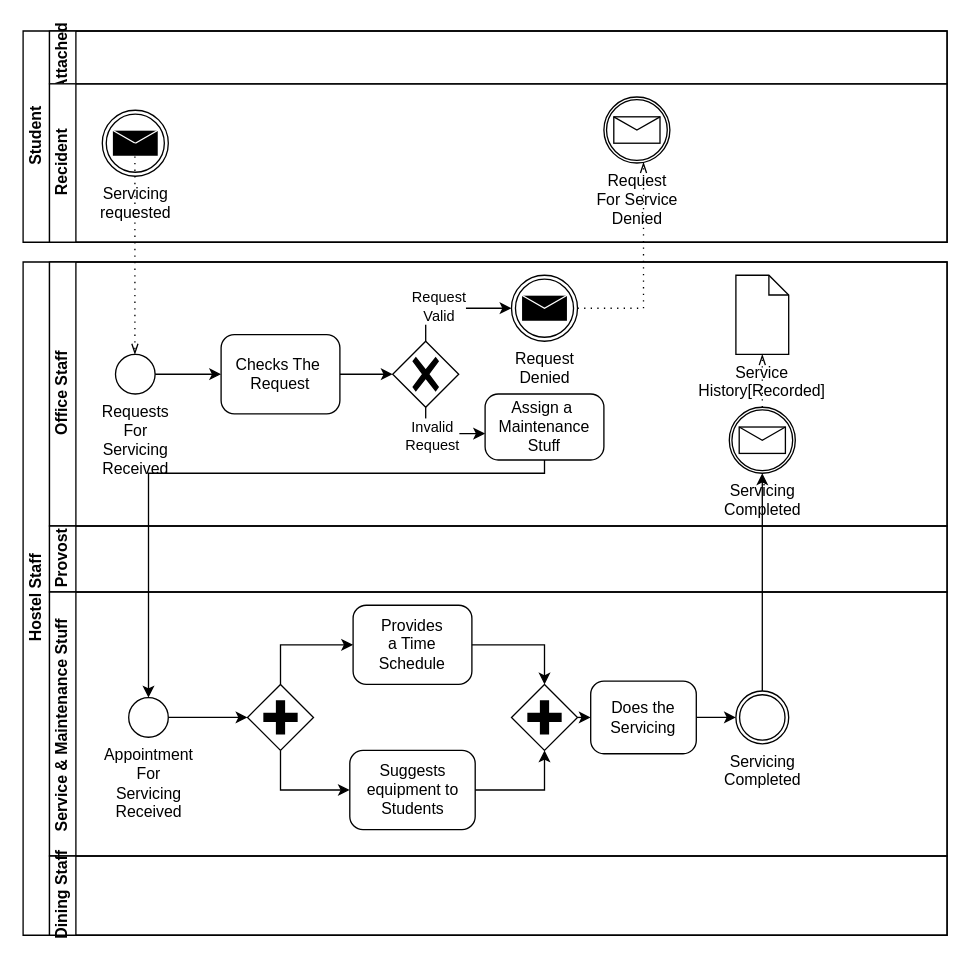
Above: page "Page-1" (1 of 6) of BPMN/BPMN_B1_4.drawio in Noman1705088/CSE-326 (draw.io), before the change. Source tidied: cells renumbered, new cells numbered last; positions are measured from the earlier drawing's top-left corner, leaving out a move shared by most shapes. Both pictures are drawn from the tidied source at 132%, with x=0, y=0 at pixel (22, 30).
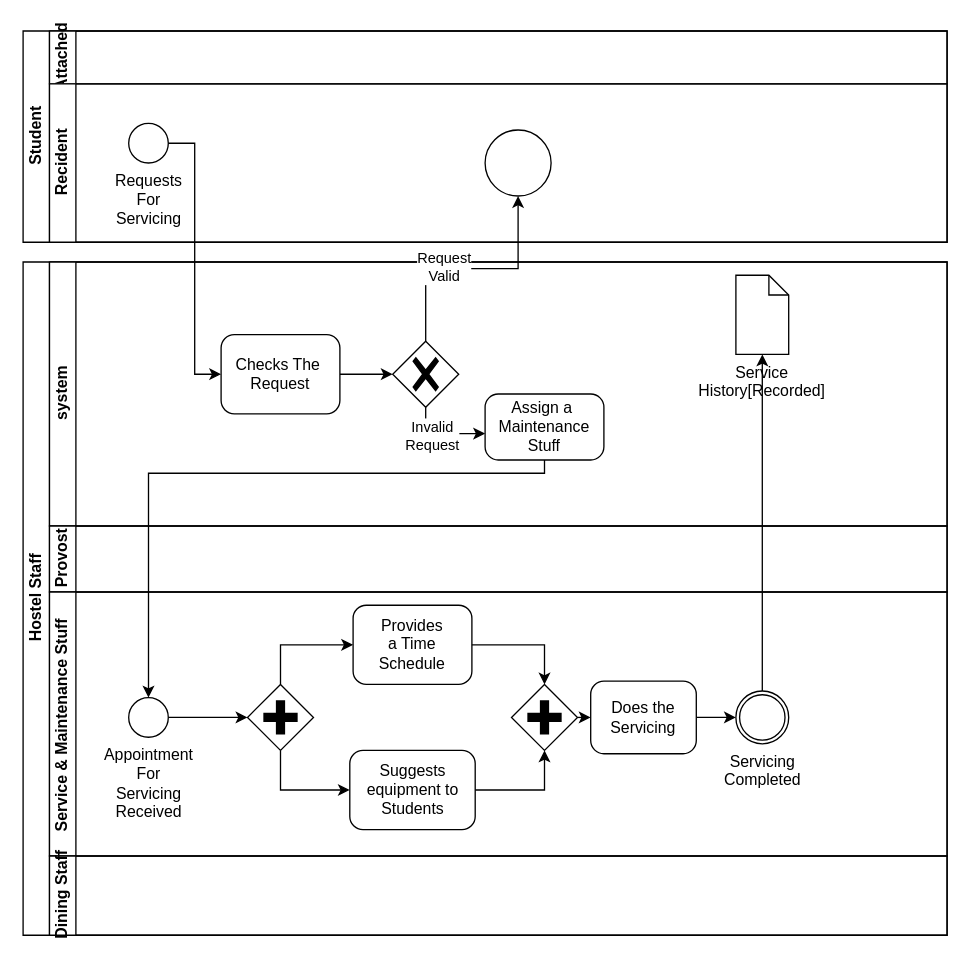
The same page after the edit.

The change refers to these unchanged cells:
```xml
<mxCell id="4" value="Recident" style="swimlane;html=1;startSize=20;horizontal=0;" parent="2" vertex="1">
  <mxGeometry x="20" y="40" width="680" height="120" as="geometry" />
</mxCell>
<mxCell id="7" value="Hostel Staff" style="swimlane;html=1;horizontal=0;startSize=20;" parent="1" vertex="1">
  <mxGeometry y="175" width="700" height="510" as="geometry" />
</mxCell>
<mxCell id="13" value="Checks The &#10;Request" style="points=[[0.25,0,0],[0.5,0,0],[0.75,0,0],[1,0.25,0],[1,0.5,0],[1,0.75,0],[0.75,1,0],[0.5,1,0],[0.25,1,0],[0,0.75,0],[0,0.5,0],[0,0.25,0]];shape=mxgraph.bpmn.task;whiteSpace=wrap;rectStyle=rounded;size=10;taskMarker=abstract;" parent="8" vertex="1">
  <mxGeometry x="130" y="55" width="90" height="60" as="geometry" />
</mxCell>
<mxCell id="18" style="points=[[0.25,0.25,0],[0.5,0,0],[0.75,0.25,0],[1,0.5,0],[0.75,0.75,0],[0.5,1,0],[0.25,0.75,0],[0,0.5,0]];shape=mxgraph.bpmn.gateway2;html=1;verticalLabelPosition=bottom;labelBackgroundColor=#ffffff;verticalAlign=top;align=center;perimeter=rhombusPerimeter;outlineConnect=0;outline=none;symbol=none;gwType=exclusive;" parent="8" vertex="1">
  <mxGeometry x="260" y="60" width="50" height="50" as="geometry" />
</mxCell>
<mxCell id="22" value="Service&lt;br&gt;History[Recorded]" style="shape=mxgraph.bpmn.data;labelPosition=center;verticalLabelPosition=bottom;align=center;verticalAlign=top;whiteSpace=wrap;size=15;html=1;" parent="8" vertex="1">
  <mxGeometry x="520" y="10" width="40" height="60" as="geometry" />
</mxCell>
<mxCell id="39" value="Servicing&lt;br&gt;Completed" style="points=[[0.145,0.145,0],[0.5,0,0],[0.855,0.145,0],[1,0.5,0],[0.855,0.855,0],[0.5,1,0],[0.145,0.855,0],[0,0.5,0]];shape=mxgraph.bpmn.event;html=1;verticalLabelPosition=bottom;labelBackgroundColor=#ffffff;verticalAlign=top;align=center;perimeter=ellipsePerimeter;outlineConnect=0;outline=throwing;symbol=general;" parent="25" vertex="1">
  <mxGeometry x="520" y="75" width="40" height="40" as="geometry" />
</mxCell>
```

Diff of the diagram source:
```diff
@@
-    <mxCell id="5" value="Request&lt;br&gt;For Service&lt;br&gt;Denied" style="points=[[0.145,0.145,0],[0.5,0,0],[0.855,0.145,0],[1,0.5,0],[0.855,0.855,0],[0.5,1,0],[0.145,0.855,0],[0,0.5,0]];shape=mxgraph.bpmn.event;html=1;verticalLabelPosition=bottom;labelBackgroundColor=#ffffff;verticalAlign=top;align=center;perimeter=ellipsePerimeter;outlineConnect=0;outline=catching;symbol=message;" parent="4" vertex="1">
-      <mxGeometry x="420" y="10" width="50" height="50" as="geometry" />
-    </mxCell>
-    <mxCell id="6" value="Servicing&lt;br&gt;requested" style="shape=mxgraph.bpmn.event;html=1;verticalLabelPosition=bottom;labelBackgroundColor=#ffffff;verticalAlign=top;align=center;perimeter=ellipsePerimeter;outline=throwing;symbol=message;" parent="4" vertex="1">
-      <mxGeometry x="40" y="20" width="50" height="50" as="geometry" />
-    </mxCell>
+    <mxCell id="10" value="Requests&lt;br&gt;For&lt;br&gt;Servicing" style="points=[[0.145,0.145,0],[0.5,0,0],[0.855,0.145,0],[1,0.5,0],[0.855,0.855,0],[0.5,1,0],[0.145,0.855,0],[0,0.5,0]];shape=mxgraph.bpmn.event;html=1;verticalLabelPosition=bottom;labelBackgroundColor=#ffffff;verticalAlign=top;align=center;perimeter=ellipsePerimeter;outlineConnect=0;outline=standard;symbol=general;" parent="4" vertex="1">
+      <mxGeometry x="60" y="30" width="30" height="30" as="geometry" />
+    </mxCell>
+    <mxCell id="44" style="points=[[0.145,0.145,0],[0.5,0,0],[0.855,0.145,0],[1,0.5,0],[0.855,0.855,0],[0.5,1,0],[0.145,0.855,0],[0,0.5,0]];shape=mxgraph.bpmn.event;html=1;verticalLabelPosition=bottom;labelBackgroundColor=#ffffff;verticalAlign=top;align=center;perimeter=ellipsePerimeter;outlineConnect=0;outline=standard;symbol=general;" parent="4" vertex="1">
+      <mxGeometry x="330" y="35" width="50" height="50" as="geometry" />
+    </mxCell>
@@
-    <mxCell id="8" value="Office Staff" style="swimlane;html=1;startSize=20;horizontal=0;" parent="7" vertex="1">
+    <mxCell id="8" value="system" style="swimlane;html=1;startSize=20;horizontal=0;" parent="7" vertex="1">
       <mxGeometry x="20" width="680" height="200" as="geometry" />
     </mxCell>
-    <mxCell id="9" style="edgeStyle=orthogonalEdgeStyle;rounded=0;jettySize=auto;html=1;entryX=0;entryY=0.5;entryDx=0;entryDy=0;entryPerimeter=0;" parent="8" edge="1" source="10" target="13">
-      <mxGeometry relative="1" as="geometry" />
-    </mxCell>
-    <mxCell id="10" value="Requests&lt;br&gt;For&lt;br&gt;Servicing&lt;br&gt;Received" style="points=[[0.145,0.145,0],[0.5,0,0],[0.855,0.145,0],[1,0.5,0],[0.855,0.855,0],[0.5,1,0],[0.145,0.855,0],[0,0.5,0]];shape=mxgraph.bpmn.event;html=1;verticalLabelPosition=bottom;labelBackgroundColor=#ffffff;verticalAlign=top;align=center;perimeter=ellipsePerimeter;outlineConnect=0;outline=standard;symbol=general;" parent="8" vertex="1">
-      <mxGeometry x="50" y="70" width="30" height="30" as="geometry" />
-    </mxCell>
-    <mxCell id="11" style="edgeStyle=elbowEdgeStyle;fontSize=12;html=1;endFill=0;startFill=0;endSize=6;startSize=6;dashed=1;dashPattern=1 4;endArrow=openThin;startArrow=none;rounded=0;entryX=0.5;entryY=0;entryDx=0;entryDy=0;entryPerimeter=0;" parent="8" edge="1" target="10">
-      <mxGeometry relative="1" as="geometry">
-        <mxPoint x="64.7" y="-90" as="sourcePoint" />
-        <Array as="points">
-          <mxPoint x="64.7" y="-20" />
-        </Array>
-      </mxGeometry>
-    </mxCell>
@@
-    <mxCell id="16" style="edgeStyle=orthogonalEdgeStyle;rounded=0;jettySize=auto;html=1;exitX=0.5;exitY=0;exitDx=0;exitDy=0;exitPerimeter=0;" parent="8" edge="1" source="18" target="19">
-      <mxGeometry relative="1" as="geometry" />
-    </mxCell>
-    <mxCell id="17" value="Request&lt;br&gt;Valid" style="edgeLabel;html=1;align=center;verticalAlign=middle;" parent="16" vertex="1">
-      <mxGeometry x="-0.25" y="2" relative="1" as="geometry" />
-    </mxCell>
@@
-    <mxCell id="19" value="Request&lt;br&gt;Denied" style="points=[[0.145,0.145,0],[0.5,0,0],[0.855,0.145,0],[1,0.5,0],[0.855,0.855,0],[0.5,1,0],[0.145,0.855,0],[0,0.5,0]];shape=mxgraph.bpmn.event;html=1;verticalLabelPosition=bottom;labelBackgroundColor=#ffffff;verticalAlign=top;align=center;perimeter=ellipsePerimeter;outlineConnect=0;outline=throwing;symbol=message;" parent="8" vertex="1">
-      <mxGeometry x="350" y="10" width="50" height="50" as="geometry" />
-    </mxCell>
@@
-    <mxCell id="21" value="Servicing&lt;br&gt;Completed" style="points=[[0.145,0.145,0],[0.5,0,0],[0.855,0.145,0],[1,0.5,0],[0.855,0.855,0],[0.5,1,0],[0.145,0.855,0],[0,0.5,0]];shape=mxgraph.bpmn.event;html=1;verticalLabelPosition=bottom;labelBackgroundColor=#ffffff;verticalAlign=top;align=center;perimeter=ellipsePerimeter;outlineConnect=0;outline=catching;symbol=message;" parent="8" vertex="1">
-      <mxGeometry x="515" y="110" width="50" height="50" as="geometry" />
-    </mxCell>
@@
-    <mxCell id="23" style="edgeStyle=elbowEdgeStyle;fontSize=12;html=1;endFill=0;startFill=0;endSize=6;startSize=6;dashed=1;dashPattern=1 4;endArrow=openThin;startArrow=none;rounded=0;exitX=0.5;exitY=0;exitDx=0;exitDy=0;exitPerimeter=0;entryX=0.5;entryY=1;entryDx=0;entryDy=0;entryPerimeter=0;" parent="8" edge="1" source="21" target="22">
-      <mxGeometry relative="1" as="geometry" />
-    </mxCell>
@@
-    <mxCell id="42" style="edgeStyle=orthogonalEdgeStyle;rounded=0;jettySize=auto;html=1;exitX=0.5;exitY=0;exitDx=0;exitDy=0;exitPerimeter=0;entryX=0.5;entryY=1;entryDx=0;entryDy=0;entryPerimeter=0;" parent="7" edge="1" source="39" target="21">
+    <mxCell id="42" style="edgeStyle=orthogonalEdgeStyle;rounded=0;jettySize=auto;html=1;exitX=0.5;exitY=0;exitDx=0;exitDy=0;exitPerimeter=0;" parent="7" edge="1" source="39" target="22">
       <mxGeometry relative="1" as="geometry" />
     </mxCell>
-    <mxCell id="43" style="edgeStyle=elbowEdgeStyle;fontSize=12;html=1;endFill=0;startFill=0;endSize=6;startSize=6;dashed=1;dashPattern=1 4;endArrow=openThin;startArrow=none;rounded=0;" parent="1" edge="1" source="19" target="5">
-      <mxGeometry relative="1" as="geometry">
-        <Array as="points">
-          <mxPoint x="470" y="180" />
-          <mxPoint x="470" y="170" />
-          <mxPoint x="470" y="210" />
-        </Array>
-      </mxGeometry>
-    </mxCell>
+    <mxCell id="9" style="edgeStyle=orthogonalEdgeStyle;rounded=0;jettySize=auto;html=1;entryX=0;entryY=0.5;entryDx=0;entryDy=0;entryPerimeter=0;" parent="1" edge="1" source="10" target="13">
+      <mxGeometry relative="1" as="geometry" />
+    </mxCell>
+    <mxCell id="16" style="edgeStyle=orthogonalEdgeStyle;rounded=0;jettySize=auto;html=1;exitX=0.5;exitY=0;exitDx=0;exitDy=0;exitPerimeter=0;" parent="1" edge="1" source="18" target="44">
+      <mxGeometry relative="1" as="geometry" />
+    </mxCell>
+    <mxCell id="17" value="Request&lt;br&gt;Valid" style="edgeLabel;html=1;align=center;verticalAlign=middle;" parent="16" vertex="1">
+      <mxGeometry x="-0.25" y="2" relative="1" as="geometry" />
+    </mxCell>
```
